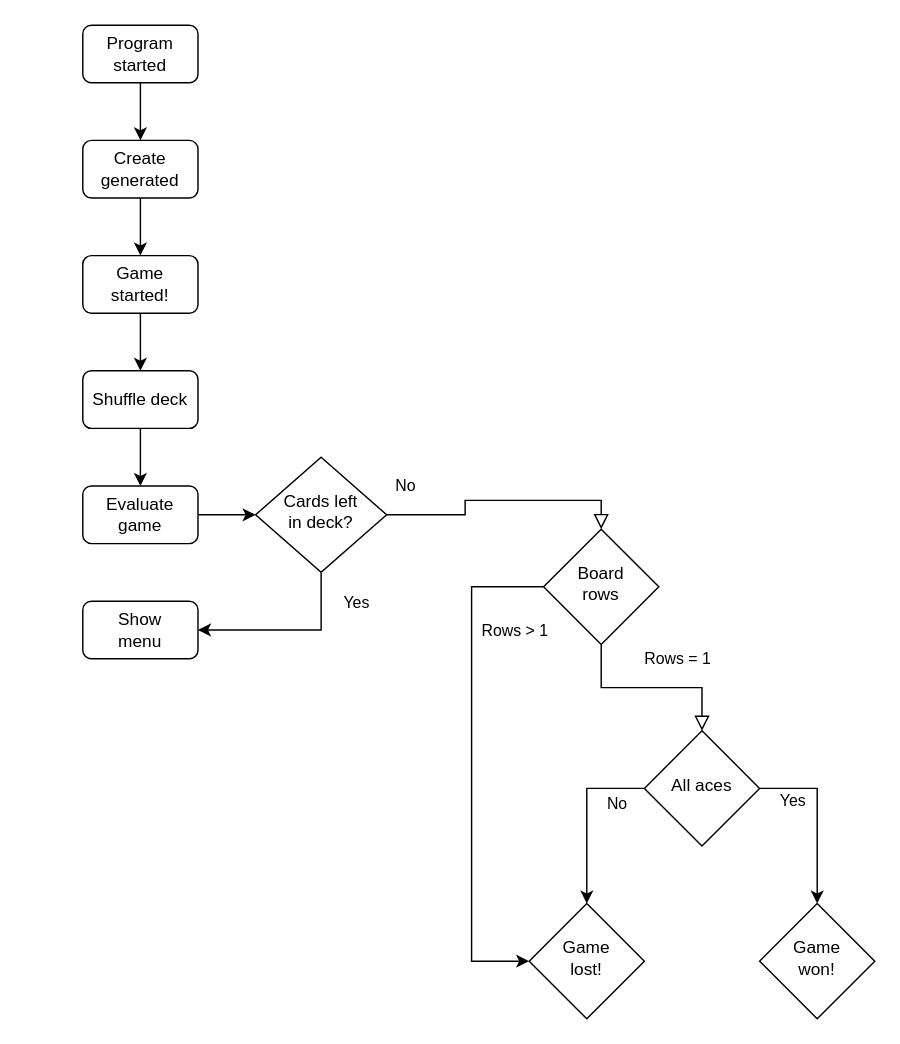
dmiek/devops keeps this draw.io diagram as idioten/documentation/idioten_flow_chart_gameplay.drawio. Above is the earlier version. Source tidied: cells renumbered, new cells numbered last; positions are measured from the earlier drawing's top-left corner, leaving out a move shared by most shapes. Both pictures are drawn from the tidied source at 144%, with x=0, y=0 at pixel (82, 24).
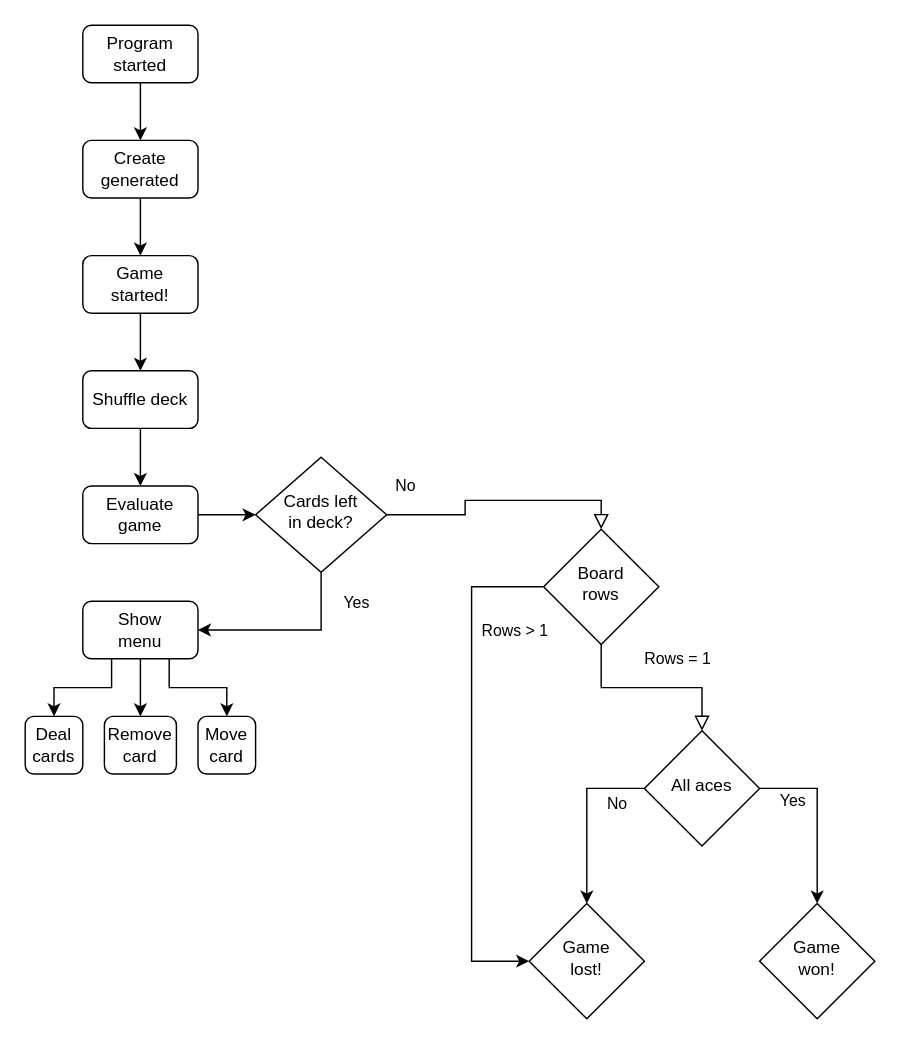
Above is the later version.

Commit message:
work flow development

The change refers to these unchanged cells:
```xml
<mxCell id="26" value="Show&lt;br&gt;menu" style="whiteSpace=wrap;html=1;rounded=1;glass=0;strokeWidth=1;shadow=0;" parent="1" vertex="1">
  <mxGeometry y="400" width="80" height="40" as="geometry" />
</mxCell>
```

The edit, as a diff of the source:
```diff
@@
+    <mxCell id="27" style="edgeStyle=orthogonalEdgeStyle;rounded=0;jettySize=auto;html=1;exitX=0.25;exitY=1;exitDx=0;exitDy=0;" parent="1" edge="1" source="26" target="30">
+      <mxGeometry relative="1" as="geometry" />
+    </mxCell>
+    <mxCell id="28" style="edgeStyle=orthogonalEdgeStyle;rounded=0;jettySize=auto;html=1;" parent="1" edge="1" source="26" target="31">
+      <mxGeometry relative="1" as="geometry" />
+    </mxCell>
+    <mxCell id="29" style="edgeStyle=orthogonalEdgeStyle;rounded=0;jettySize=auto;html=1;exitX=0.75;exitY=1;exitDx=0;exitDy=0;entryX=0.5;entryY=0;entryDx=0;entryDy=0;" parent="1" edge="1" source="26" target="32">
+      <mxGeometry relative="1" as="geometry" />
+    </mxCell>
@@
+    <mxCell id="30" value="Deal&lt;br&gt;cards" style="whiteSpace=wrap;html=1;rounded=1;glass=0;strokeWidth=1;shadow=0;" parent="1" vertex="1">
+      <mxGeometry x="-40" y="480" width="40" height="40" as="geometry" />
+    </mxCell>
+    <mxCell id="31" value="Remove&lt;br&gt;card" style="whiteSpace=wrap;html=1;rounded=1;glass=0;strokeWidth=1;shadow=0;" parent="1" vertex="1">
+      <mxGeometry x="15" y="480" width="50" height="40" as="geometry" />
+    </mxCell>
+    <mxCell id="32" value="Move&lt;br&gt;card" style="whiteSpace=wrap;html=1;rounded=1;glass=0;strokeWidth=1;shadow=0;" parent="1" vertex="1">
+      <mxGeometry x="80" y="480" width="40" height="40" as="geometry" />
+    </mxCell>
```
